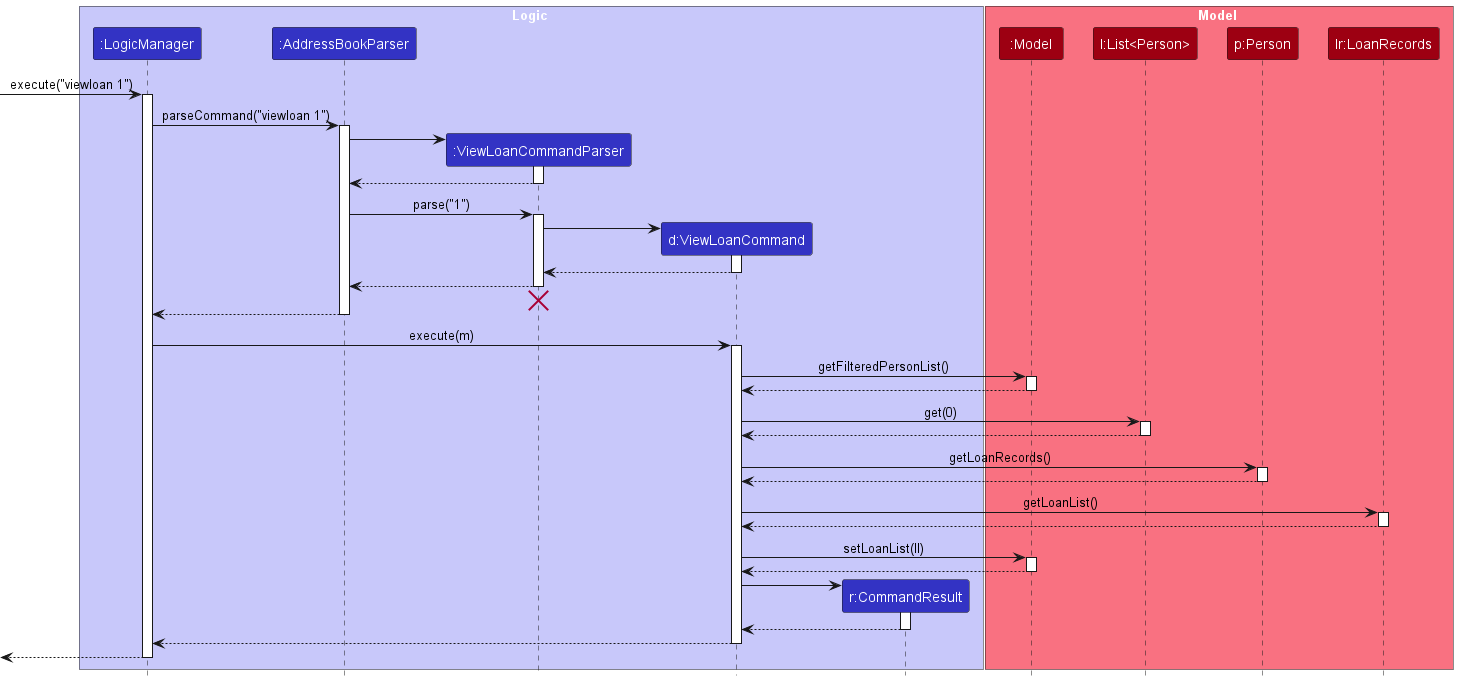
Above: docs/images/ViewLoanSequenceDiagram.png in narwhalsilent/tp (PlantUML), before the change. The source it was exported from:
```plantuml
@startuml
!include style.puml
skinparam ArrowFontStyle plain

box Logic LOGIC_COLOR_T1
participant ":LogicManager" as LogicManager LOGIC_COLOR
participant ":AddressBookParser" as AddressBookParser LOGIC_COLOR
participant ":ViewLoanCommandParser" as ViewLoanCommandParser LOGIC_COLOR
participant "d:ViewLoanCommand" as ViewLoanCommand LOGIC_COLOR
participant "r:CommandResult" as CommandResult LOGIC_COLOR
end box

box Model MODEL_COLOR_T1
participant ":Model" as Model MODEL_COLOR
participant "l:List<Person>" as FilteredList MODEL_COLOR
participant "p:Person" as Person MODEL_COLOR
participant "lr:LoanRecords" as LoanRecords MODEL_COLOR
end box

[-> LogicManager : execute("viewloan 1")
activate LogicManager

LogicManager -> AddressBookParser : parseCommand("viewloan 1")
activate AddressBookParser

create ViewLoanCommandParser
AddressBookParser -> ViewLoanCommandParser
activate ViewLoanCommandParser

ViewLoanCommandParser --> AddressBookParser
deactivate ViewLoanCommandParser

AddressBookParser -> ViewLoanCommandParser : parse("1")
activate ViewLoanCommandParser

create ViewLoanCommand
ViewLoanCommandParser -> ViewLoanCommand
activate ViewLoanCommand

ViewLoanCommand --> ViewLoanCommandParser :
deactivate ViewLoanCommand

ViewLoanCommandParser --> AddressBookParser :
deactivate ViewLoanCommandParser
ViewLoanCommandParser -[hidden]-> AddressBookParser
destroy ViewLoanCommandParser

AddressBookParser --> LogicManager :
deactivate AddressBookParser

LogicManager -> ViewLoanCommand : execute(m)
activate ViewLoanCommand

ViewLoanCommand -> Model : getFilteredPersonList()
activate Model

Model --> ViewLoanCommand :
deactivate Model

ViewLoanCommand -> FilteredList : get(0)
activate FilteredList

FilteredList --> ViewLoanCommand :
deactivate FilteredList

ViewLoanCommand -> Person : getLoanRecords()
activate Person

Person --> ViewLoanCommand :
deactivate Person

ViewLoanCommand -> LoanRecords : getLoanList()
activate LoanRecords

LoanRecords --> ViewLoanCommand :
deactivate LoanRecords

ViewLoanCommand -> Model : setLoanList(ll)
activate Model

Model --> ViewLoanCommand
deactivate Model

create CommandResult
ViewLoanCommand -> CommandResult
activate CommandResult

CommandResult --> ViewLoanCommand
deactivate CommandResult

ViewLoanCommand --> LogicManager :
deactivate ViewLoanCommand

[<--LogicManager
deactivate LogicManager
@enduml
```
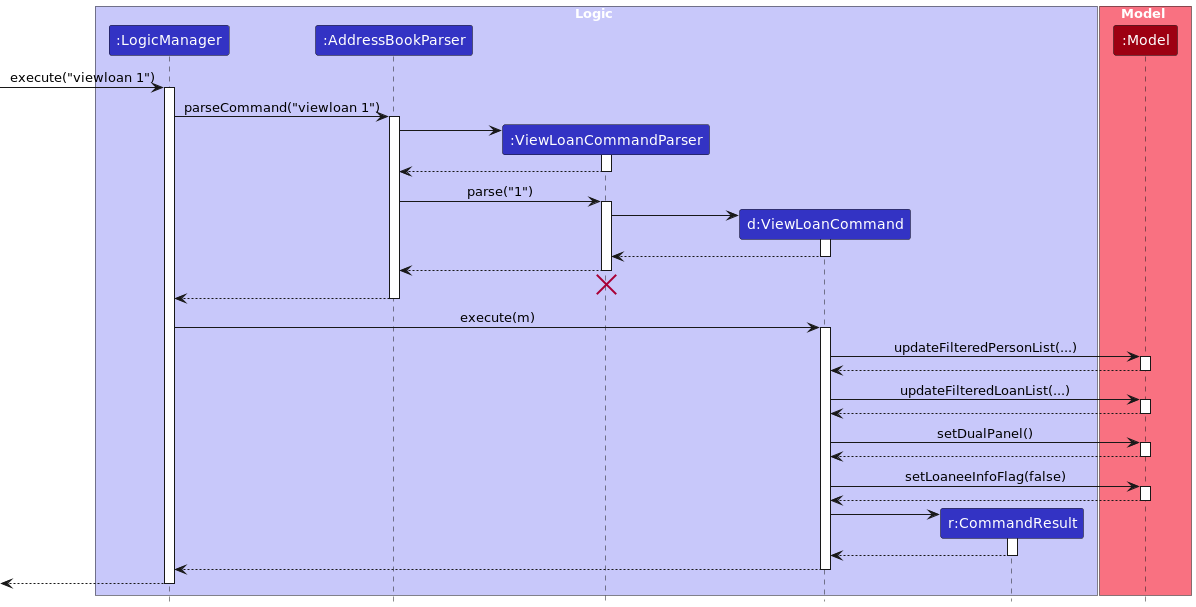
Later version of the same file.

The edit, as a diff of the source:
```diff
@@ -12,9 +12,6 @@
 
 box Model MODEL_COLOR_T1
 participant ":Model" as Model MODEL_COLOR
-participant "l:List<Person>" as FilteredList MODEL_COLOR
-participant "p:Person" as Person MODEL_COLOR
-participant "lr:LoanRecords" as LoanRecords MODEL_COLOR
 end box
 
 [-> LogicManager : execute("viewloan 1")
@@ -51,31 +48,25 @@
 LogicManager -> ViewLoanCommand : execute(m)
 activate ViewLoanCommand
 
-ViewLoanCommand -> Model : getFilteredPersonList()
+ViewLoanCommand -> Model : updateFilteredPersonList(...)
 activate Model
 
 Model --> ViewLoanCommand :
 deactivate Model
 
-ViewLoanCommand -> FilteredList : get(0)
-activate FilteredList
+ViewLoanCommand -> Model : updateFilteredLoanList(...)
+activate Model
 
-FilteredList --> ViewLoanCommand :
-deactivate FilteredList
+Model --> ViewLoanCommand :
+deactivate Model
 
-ViewLoanCommand -> Person : getLoanRecords()
-activate Person
+ViewLoanCommand -> Model : setDualPanel()
+activate Model
 
-Person --> ViewLoanCommand :
-deactivate Person
+Model--> ViewLoanCommand :
+deactivate Model
 
-ViewLoanCommand -> LoanRecords : getLoanList()
-activate LoanRecords
-
-LoanRecords --> ViewLoanCommand :
-deactivate LoanRecords
-
-ViewLoanCommand -> Model : setLoanList(ll)
+ViewLoanCommand -> Model : setLoaneeInfoFlag(false)
 activate Model
 
 Model --> ViewLoanCommand
```
